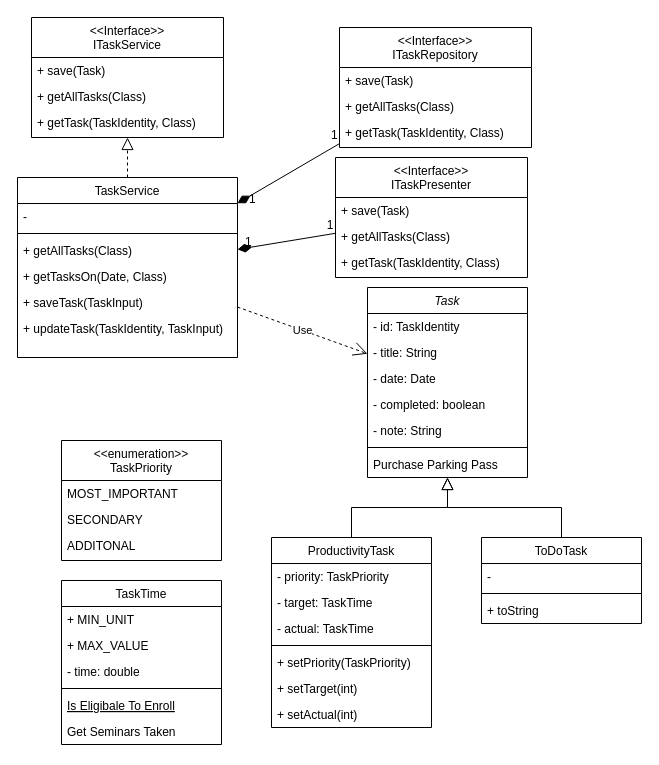
Before: docs/diagrams/Diagrams.drawio in hiro0118/ProductivityPlanner, a draw.io diagram. Source tidied: cells renumbered, new cells numbered last; positions are measured from the earlier drawing's top-left corner, leaving out a move shared by most shapes. Both pictures are drawn from the tidied source at 100%, with x=0, y=0 at pixel (17, 17).
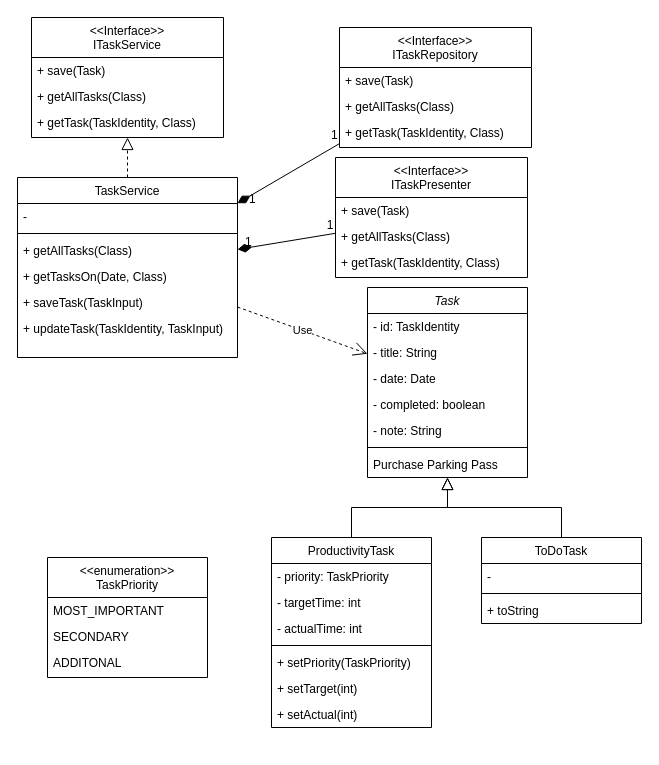
Above is the later version.

The change refers to these unchanged cells:
```xml
<mxCell id="42" value="ProductivityTask" style="swimlane;fontStyle=0;align=center;verticalAlign=top;horizontal=1;startSize=26;rounded=0;shadow=0;strokeWidth=1;" parent="1" vertex="1">
  <mxGeometry x="254" y="520" width="160" height="190" as="geometry" />
</mxCell>
```

Diff of the diagram source:
```diff
@@
-    <mxCell id="44" value="- target: TaskTime" style="text;align=left;verticalAlign=top;spacingLeft=4;spacingRight=4;overflow=hidden;rounded=0;shadow=0;html=0;" parent="42" vertex="1">
+    <mxCell id="44" value="- targetTime: int" style="text;align=left;verticalAlign=top;spacingLeft=4;spacingRight=4;overflow=hidden;rounded=0;shadow=0;html=0;" parent="42" vertex="1">
       <mxGeometry y="52" width="160" height="26" as="geometry" />
     </mxCell>
-    <mxCell id="45" value="- actual: TaskTime" style="text;align=left;verticalAlign=top;spacingLeft=4;spacingRight=4;overflow=hidden;rounded=0;shadow=0;html=0;" parent="42" vertex="1">
+    <mxCell id="45" value="- actualTime: int" style="text;align=left;verticalAlign=top;spacingLeft=4;spacingRight=4;overflow=hidden;rounded=0;shadow=0;html=0;" parent="42" vertex="1">
       <mxGeometry y="78" width="160" height="26" as="geometry" />
     </mxCell>
@@
     <mxCell id="51" value="&lt;&lt;enumeration&gt;&gt;&#10;TaskPriority" style="swimlane;fontStyle=0;align=center;verticalAlign=top;horizontal=1;startSize=40;rounded=0;shadow=0;strokeWidth=1;" parent="1" vertex="1">
-      <mxGeometry x="44" y="423" width="160" height="120" as="geometry" />
+      <mxGeometry x="30" y="540" width="160" height="120" as="geometry" />
     </mxCell>
@@
-    <mxCell id="55" value="TaskTime" style="swimlane;fontStyle=0;align=center;verticalAlign=top;horizontal=1;startSize=26;rounded=0;shadow=0;strokeWidth=1;" parent="1" vertex="1">
-      <mxGeometry x="44" y="563" width="160" height="164" as="geometry" />
-    </mxCell>
-    <mxCell id="56" value="+ MIN_UNIT" style="text;align=left;verticalAlign=top;spacingLeft=4;spacingRight=4;overflow=hidden;" parent="55" vertex="1">
-      <mxGeometry y="26" width="160" height="26" as="geometry" />
-    </mxCell>
-    <mxCell id="57" value="+ MAX_VALUE" style="text;align=left;verticalAlign=top;spacingLeft=4;spacingRight=4;overflow=hidden;" parent="55" vertex="1">
-      <mxGeometry y="52" width="160" height="26" as="geometry" />
-    </mxCell>
-    <mxCell id="58" value="- time: double" style="text;align=left;verticalAlign=top;spacingLeft=4;spacingRight=4;overflow=hidden;rounded=0;shadow=0;html=0;" parent="55" vertex="1">
-      <mxGeometry y="78" width="160" height="26" as="geometry" />
-    </mxCell>
-    <mxCell id="59" style="line;html=1;strokeWidth=1;align=left;verticalAlign=middle;spacingTop=-1;spacingLeft=3;spacingRight=3;labelPosition=right;" parent="55" vertex="1">
-      <mxGeometry y="104" width="160" height="8" as="geometry" />
-    </mxCell>
-    <mxCell id="60" value="Is Eligibale To Enroll" style="text;align=left;verticalAlign=top;spacingLeft=4;spacingRight=4;overflow=hidden;fontStyle=4;" parent="55" vertex="1">
-      <mxGeometry y="112" width="160" height="26" as="geometry" />
-    </mxCell>
-    <mxCell id="61" value="Get Seminars Taken" style="text;align=left;verticalAlign=top;spacingLeft=4;spacingRight=4;overflow=hidden;" parent="55" vertex="1">
-      <mxGeometry y="138" width="160" height="26" as="geometry" />
-    </mxCell>
```
